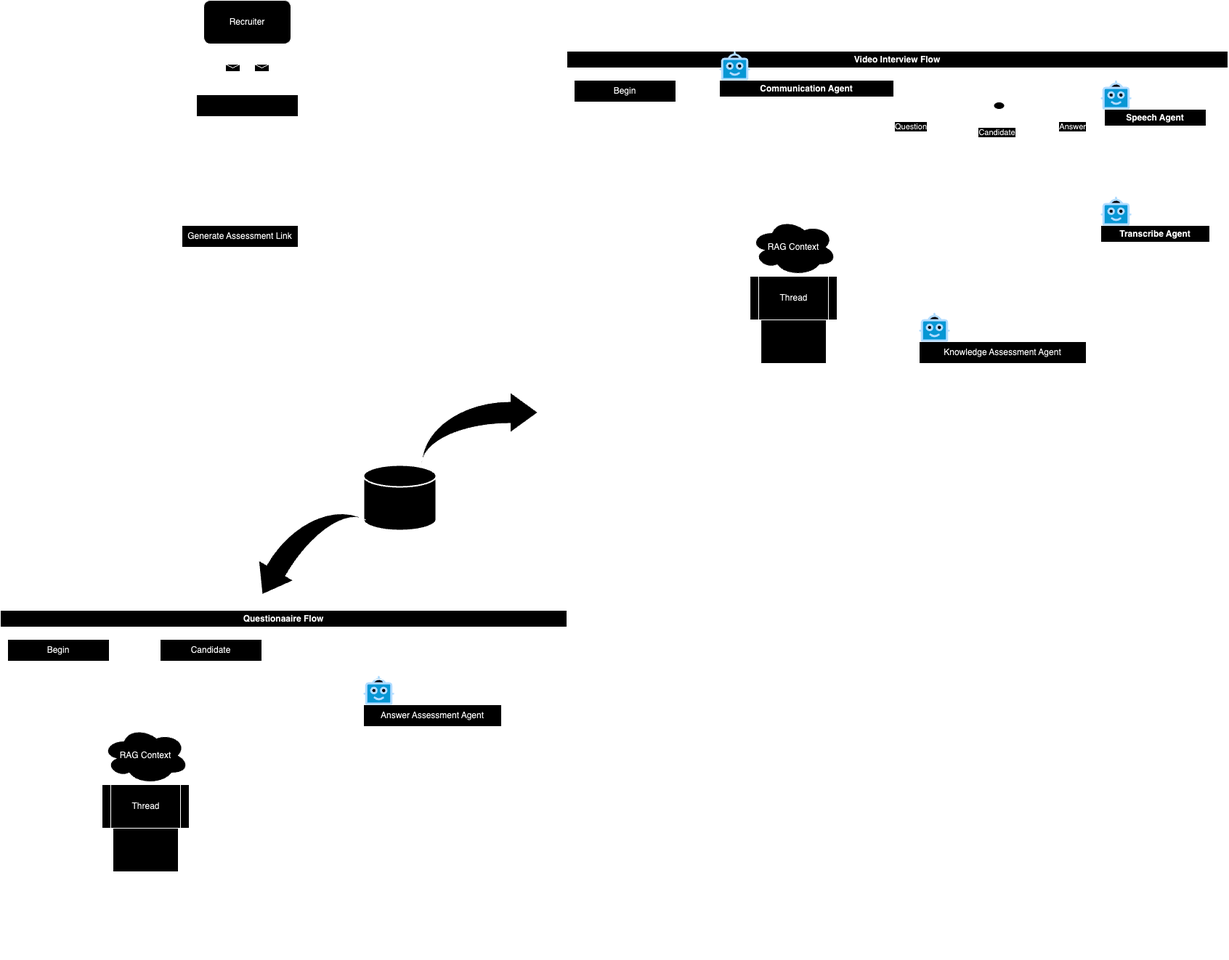
0xjuju/Adaptify-Talent keeps this draw.io diagram as diagrams/assessment_flow.drawio.png. Above is the earlier version. Source tidied: cells renumbered, new cells last; positions are measured from the earlier drawing's top-left corner, leaving out a move shared by most shapes.
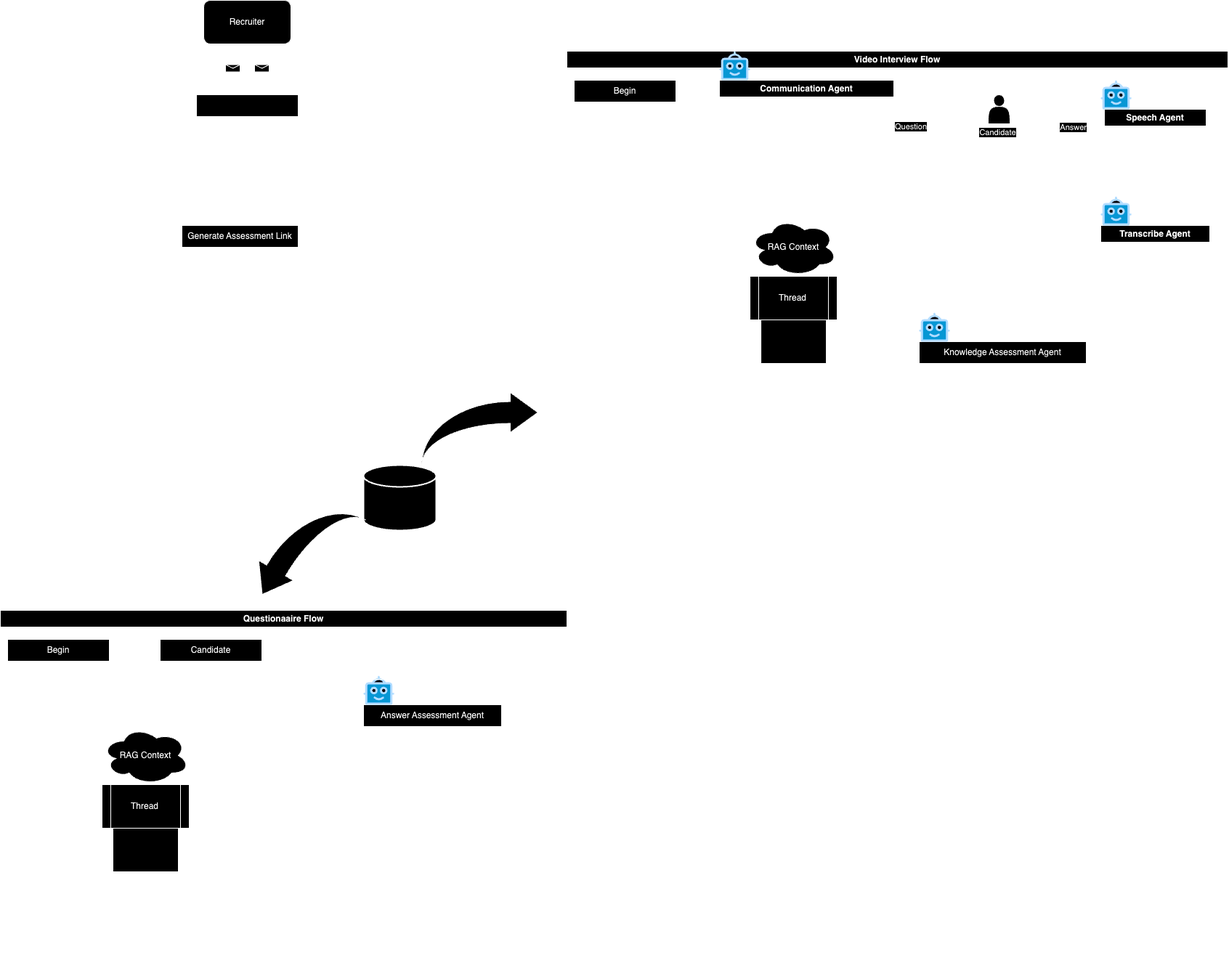
Above is the later version.

Commit message:
update assessment diagram

What changed in the source:
```diff
@@ -130,9 +130,6 @@
     <mxCell id="31" value="Rec Agent recommends initial questions" style="text;strokeColor=none;fillColor=none;align=left;verticalAlign=middle;spacingLeft=4;spacingRight=4;overflow=hidden;whiteSpace=wrap;html=1;" parent="28" vertex="1">
       <mxGeometry y="80" width="140" height="30" as="geometry" />
     </mxCell>
-    <mxCell id="32" style="shape=umlActor;verticalLabelPosition=bottom;verticalAlign=top;html=1;" parent="27" vertex="1">
-      <mxGeometry x="580" y="70" width="30" height="40" as="geometry" />
-    </mxCell>
     <mxCell id="33" style="endArrow=classic;html=1;rounded=0;entryX=0.014;entryY=0.033;entryDx=0;entryDy=0;entryPerimeter=0;" parent="27" edge="1" target="42">
       <mxGeometry relative="1" as="geometry">
         <mxPoint x="450" y="111" as="sourcePoint" />
@@ -238,6 +235,9 @@
     <mxCell id="60" style="verticalLabelPosition=bottom;html=1;shape=mxgraph.salesforce.bots;" parent="27" vertex="1">
       <mxGeometry x="485" y="360" width="42.1" height="40" as="geometry" />
     </mxCell>
+    <mxCell id="84" style="shape=actor;whiteSpace=wrap;html=1;" parent="27" vertex="1">
+      <mxGeometry x="580" y="60" width="30" height="40" as="geometry" />
+    </mxCell>
     <mxCell id="61" value="Questionaaire Flow" style="swimlane;whiteSpace=wrap;html=1;" parent="1" vertex="1">
       <mxGeometry y="840" width="780" height="480" as="geometry" />
     </mxCell>
```
